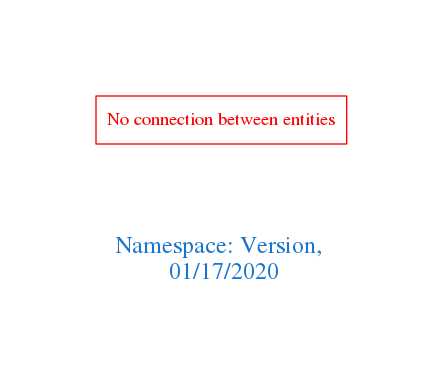
The Graphviz diagram downloads/Version.png in arago/OGIT, before a commit. Its source is kept beside it as downloads/Version.dot.
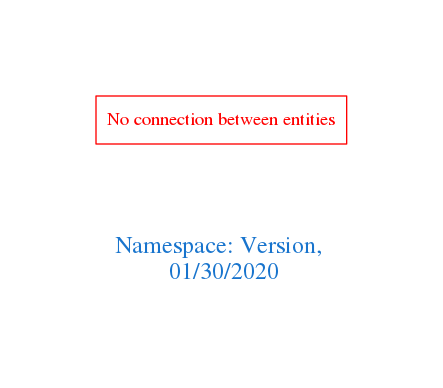
Later version of the same file.

What changed in the source:
```diff
@@ -1,7 +1,7 @@
 digraph OGIT_ontology {
  graph [ rankdir= LR,pad=1
 fontsize = 18,
-fontcolor= dodgerblue3,label = "\n\n\nNamespace: Version, \n 01/17/2020"];
+fontcolor= dodgerblue3,label = "\n\n\nNamespace: Version, \n 01/30/2020"];
 node[shape=polygon];
 edge [  color="gray81"];
 
```
